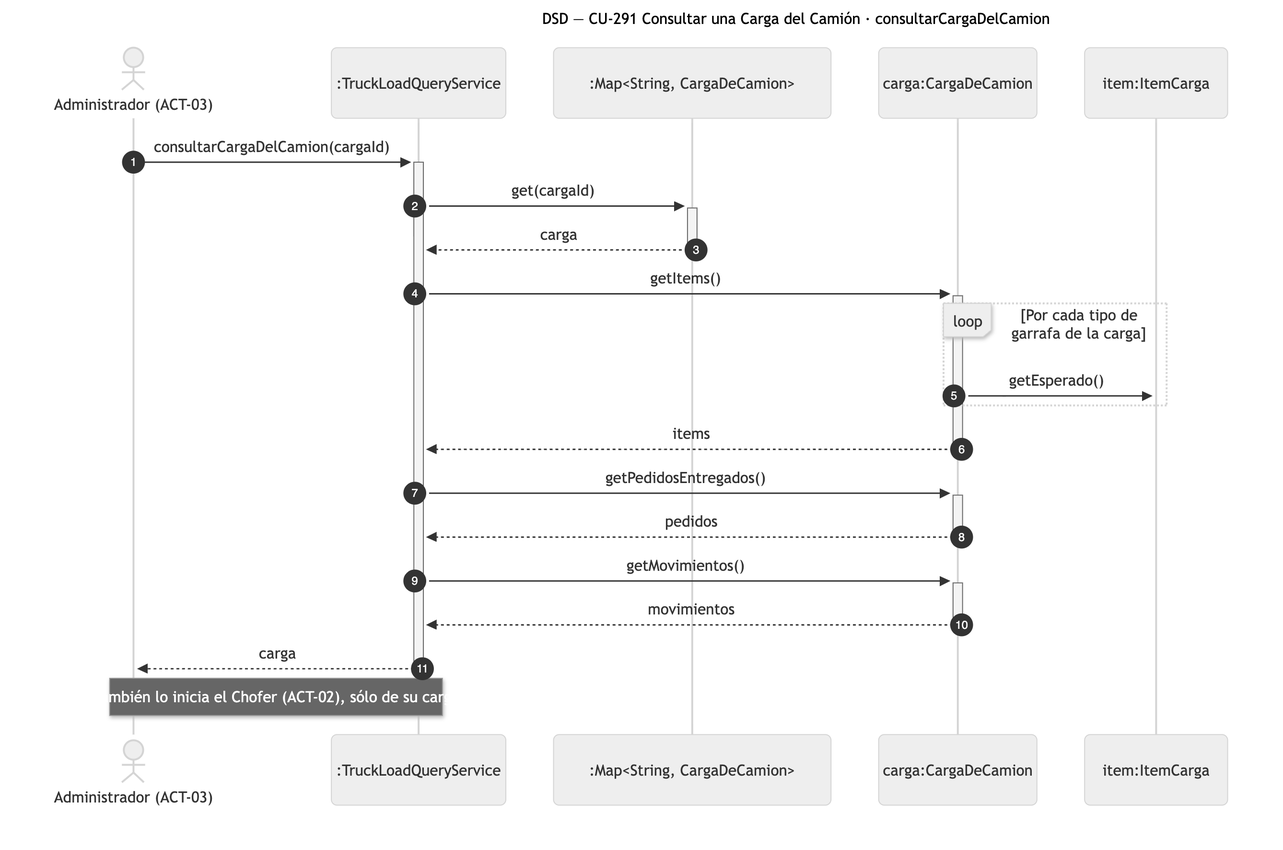
Nahuelito-Dev/splg-docs keeps this Mermaid diagram as diagramas/png/DSD_CU-291_consultarCargaDelCamion.png. Above is the earlier version. Its source is kept beside it as diagramas/DSD_CU-291_consultarCargaDelCamion.mmd.
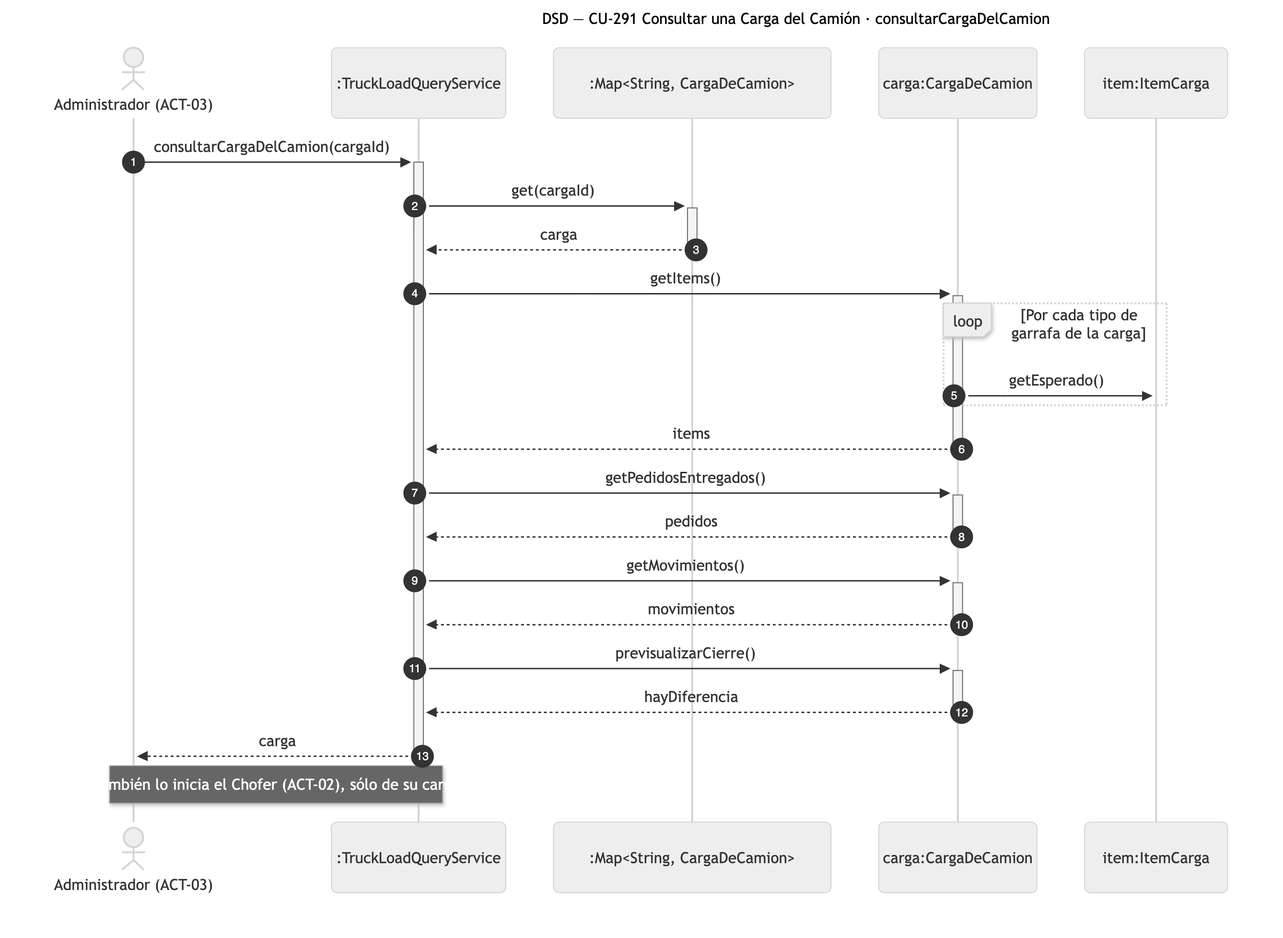
After the commit.

The edit, as a diff of the source:
```diff
@@ -19,5 +19,7 @@
     CAR-->>-SRV: pedidos
     SRV->>+CAR: getMovimientos()
     CAR-->>-SRV: movimientos
+    SRV->>+CAR: previsualizarCierre()
+    CAR-->>-SRV: hayDiferencia
     SRV-->>-ADM: carga
     Note over ADM,SRV: También lo inicia el Chofer (ACT-02), sólo de su carga
```
